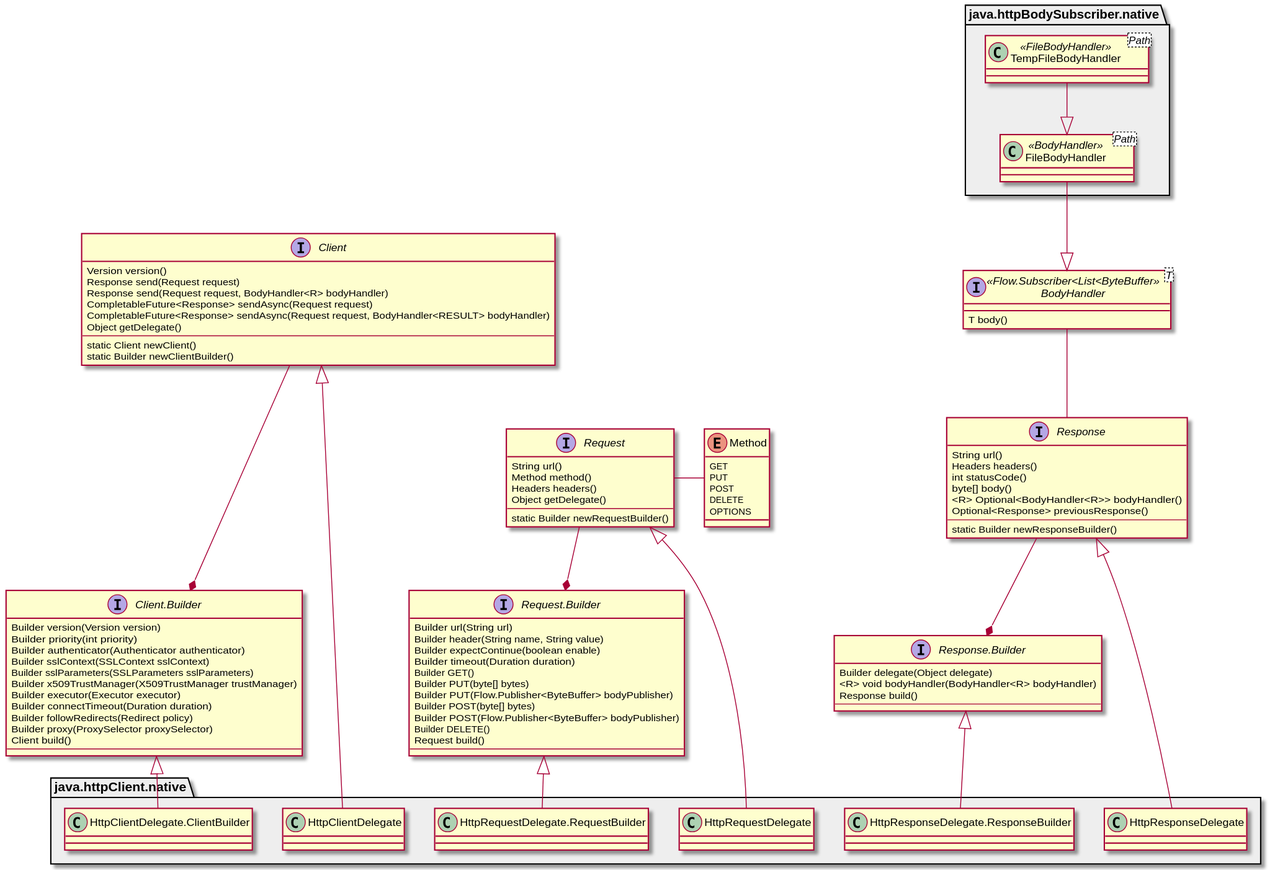
Earlier version of the PlantUML export docs/diagrams/http-client-class-diagram.svg (descoped/data-collector-documentation). Its diagram source:
```plantuml
@startuml

interface Client {
    Version version()
    Response send(Request request)
    Response send(Request request, BodyHandler<R> bodyHandler)
    CompletableFuture<Response> sendAsync(Request request)
    CompletableFuture<Response> sendAsync(Request request, BodyHandler<RESULT> bodyHandler)
    Object getDelegate()
    --
    static Client newClient()
    static Builder newClientBuilder()
}
interface Client.Builder {
    Builder version(Version version)
    Builder priority(int priority)
    Builder authenticator(Authenticator authenticator)
    Builder sslContext(SSLContext sslContext)
    Builder sslParameters(SSLParameters sslParameters)
    Builder x509TrustManager(X509TrustManager trustManager)
    Builder executor(Executor executor)
    Builder connectTimeout(Duration duration)
    Builder followRedirects(Redirect policy)
    Builder proxy(ProxySelector proxySelector)
    Client build()
    --
}

enum Method {
    GET
    PUT
    POST
    DELETE
    OPTIONS
}
interface Request {
    String url()
    Method method()
    Headers headers()
    Object getDelegate()
    --
    static Builder newRequestBuilder()
}
interface Request.Builder {
    Builder url(String url)
    Builder header(String name, String value)
    Builder expectContinue(boolean enable)
    Builder timeout(Duration duration)
    Builder GET()
    Builder PUT(byte[] bytes)
    Builder PUT(Flow.Publisher<ByteBuffer> bodyPublisher)
    Builder POST(byte[] bytes)
    Builder POST(Flow.Publisher<ByteBuffer> bodyPublisher)
    Builder DELETE()
    Request build()
    --
}

interface Response {
    String url()
    Headers headers()
    int statusCode()
    byte[] body()
    <R> Optional<BodyHandler<R>> bodyHandler()
    Optional<Response> previousResponse()
    --
    static Builder newResponseBuilder()
}
interface Response.Builder {
    Builder delegate(Object delegate)
    <R> void bodyHandler(BodyHandler<R> bodyHandler)
    Response build()
    --
}

interface BodyHandler<T> << Flow.Subscriber<List<ByteBuffer>> >> {
    T body()
}

Response.Builder *-up- Response
Request.Builder *-up- Request
Response -up- BodyHandler
Request -right- Method
Client.Builder *-up-- Client


package java.httpClient.native #EEE {
    class HttpClientDelegate
    class HttpClientDelegate.ClientBuilder
    class HttpRequestDelegate
    class HttpRequestDelegate.RequestBuilder
    class HttpResponseDelegate
    class HttpResponseDelegate.ResponseBuilder
}

package java.httpBodySubscriber.native #EEE {
    class FileBodyHandler<Path> <<BodyHandler>>
    class TempFileBodyHandler<Path> <<FileBodyHandler>>
}

BodyHandler <|-up- FileBodyHandler
FileBodyHandler <|-up- TempFileBodyHandler

Response <|-- HttpResponseDelegate
Response.Builder <|-- HttpResponseDelegate.ResponseBuilder

Request <|-- HttpRequestDelegate
Request.Builder <|-- HttpRequestDelegate.RequestBuilder

Client <|-- HttpClientDelegate
Client.Builder <|-- HttpClientDelegate.ClientBuilder

@enduml
```
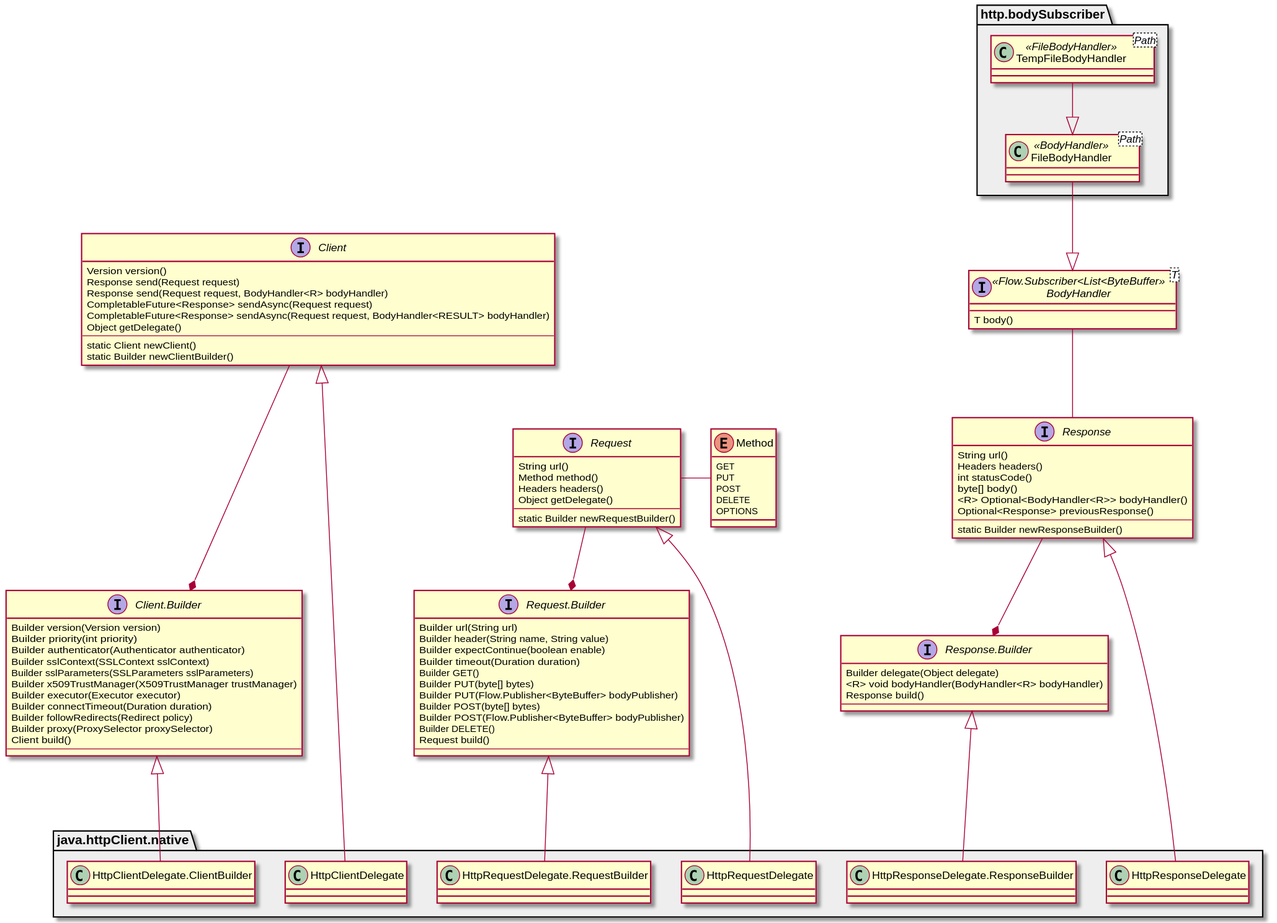
Later version of the same file.

Commit message:
Specification builder class diagram

Diff of the diagram source:
```diff
@@ -93,7 +93,7 @@
     class HttpResponseDelegate.ResponseBuilder
 }
 
-package java.httpBodySubscriber.native #EEE {
+package http.bodySubscriber #EEE {
     class FileBodyHandler<Path> <<BodyHandler>>
     class TempFileBodyHandler<Path> <<FileBodyHandler>>
 }
@@ -101,13 +101,13 @@
 BodyHandler <|-up- FileBodyHandler
 FileBodyHandler <|-up- TempFileBodyHandler
 
-Response <|-- HttpResponseDelegate
-Response.Builder <|-- HttpResponseDelegate.ResponseBuilder
+Response <|--- HttpResponseDelegate
+Response.Builder <|--- HttpResponseDelegate.ResponseBuilder
 
-Request <|-- HttpRequestDelegate
-Request.Builder <|-- HttpRequestDelegate.RequestBuilder
+Request <|--- HttpRequestDelegate
+Request.Builder <|--- HttpRequestDelegate.RequestBuilder
 
-Client <|-- HttpClientDelegate
-Client.Builder <|-- HttpClientDelegate.ClientBuilder
+Client <|--- HttpClientDelegate
+Client.Builder <|--- HttpClientDelegate.ClientBuilder
 
 @enduml
```
